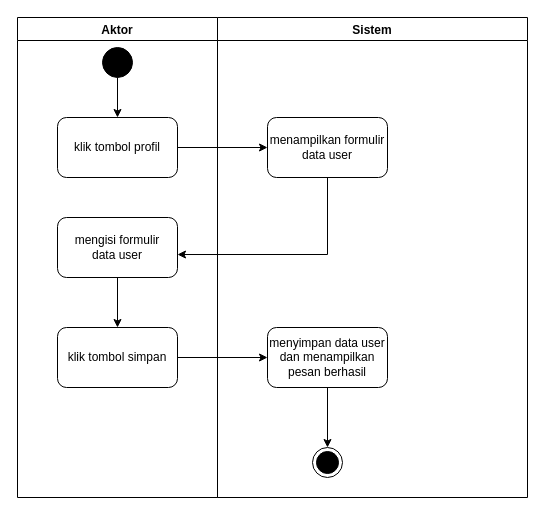
This is Copy of tambah data activity Diagram.drawio from ratihpn99/tokoonline, a draw.io file, before an edit. Source tidied: cells renumbered, new cells numbered last; positions are measured from the earlier drawing's top-left corner, leaving out a move shared by most shapes. Both pictures are drawn from the tidied source at 100%, with x=0, y=0 at pixel (17, 17).
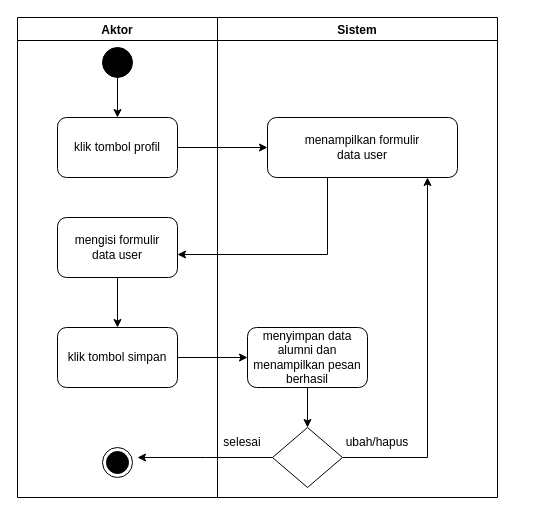
The same diagram, later.

Unchanged cells that the change refers to:
```xml
<mxCell id="2" value="Aktor" style="swimlane;" parent="1" vertex="1">
  <mxGeometry width="200" height="480" as="geometry" />
</mxCell>
```

What changed in the source:
```diff
@@
+    <mxCell id="13" style="ellipse;html=1;shape=endState;fillColor=#000000;strokeColor=#000000;" parent="2" vertex="1">
+      <mxGeometry x="85" y="430" width="30" height="30" as="geometry" />
+    </mxCell>
     <mxCell id="9" value="Sistem" style="swimlane;" parent="1" vertex="1">
-      <mxGeometry x="200" width="310" height="480" as="geometry" />
+      <mxGeometry x="200" width="280" height="480" as="geometry" />
     </mxCell>
     <mxCell id="10" value="menampilkan formulir&lt;br&gt;data user" style="rounded=1;whiteSpace=wrap;html=1;" parent="9" vertex="1">
-      <mxGeometry x="50" y="100" width="120" height="60" as="geometry" />
+      <mxGeometry x="50" y="100" width="190" height="60" as="geometry" />
     </mxCell>
-    <mxCell id="11" style="edgeStyle=orthogonalEdgeStyle;rounded=0;jettySize=auto;html=1;" parent="9" edge="1" source="12" target="13">
-      <mxGeometry relative="1" as="geometry" />
-    </mxCell>
+    <mxCell id="17" style="edgeStyle=orthogonalEdgeStyle;rounded=0;jettySize=auto;html=1;" parent="9" edge="1" source="12" target="19">
+      <mxGeometry relative="1" as="geometry" />
+    </mxCell>
-    <mxCell id="12" value="menyimpan data user dan menampilkan pesan berhasil" style="rounded=1;whiteSpace=wrap;html=1;" parent="9" vertex="1">
-      <mxGeometry x="50" y="310" width="120" height="60" as="geometry" />
+    <mxCell id="12" value="menyimpan data alumni dan menampilkan pesan berhasil" style="rounded=1;whiteSpace=wrap;html=1;" parent="9" vertex="1">
+      <mxGeometry x="30" y="310" width="120" height="60" as="geometry" />
     </mxCell>
-    <mxCell id="13" style="ellipse;html=1;shape=endState;fillColor=#000000;strokeColor=#000000;" parent="9" vertex="1">
-      <mxGeometry x="95" y="430" width="30" height="30" as="geometry" />
-    </mxCell>
+    <mxCell id="18" style="edgeStyle=orthogonalEdgeStyle;rounded=0;jettySize=auto;html=1;" parent="9" edge="1" source="19">
+      <mxGeometry relative="1" as="geometry">
+        <mxPoint x="210" y="160" as="targetPoint" />
+        <Array as="points">
+          <mxPoint x="210" y="440" />
+          <mxPoint x="210" y="160" />
+        </Array>
+      </mxGeometry>
+    </mxCell>
+    <mxCell id="19" style="rhombus;whiteSpace=wrap;html=1;" parent="9" vertex="1">
+      <mxGeometry x="55" y="410" width="70" height="60" as="geometry" />
+    </mxCell>
+    <mxCell id="20" value="selesai" style="text;html=1;strokeColor=none;fillColor=none;align=center;verticalAlign=middle;whiteSpace=wrap;rounded=0;" parent="9" vertex="1">
+      <mxGeometry x="-5" y="410" width="60" height="30" as="geometry" />
+    </mxCell>
+    <mxCell id="21" value="ubah/hapus" style="text;html=1;strokeColor=none;fillColor=none;align=center;verticalAlign=middle;whiteSpace=wrap;rounded=0;" parent="9" vertex="1">
+      <mxGeometry x="130" y="410" width="60" height="30" as="geometry" />
+    </mxCell>
@@
+    <mxCell id="22" style="edgeStyle=orthogonalEdgeStyle;rounded=0;jettySize=auto;html=1;" parent="1" edge="1" source="19">
+      <mxGeometry relative="1" as="geometry">
+        <mxPoint x="120" y="440" as="targetPoint" />
+      </mxGeometry>
+    </mxCell>
```
